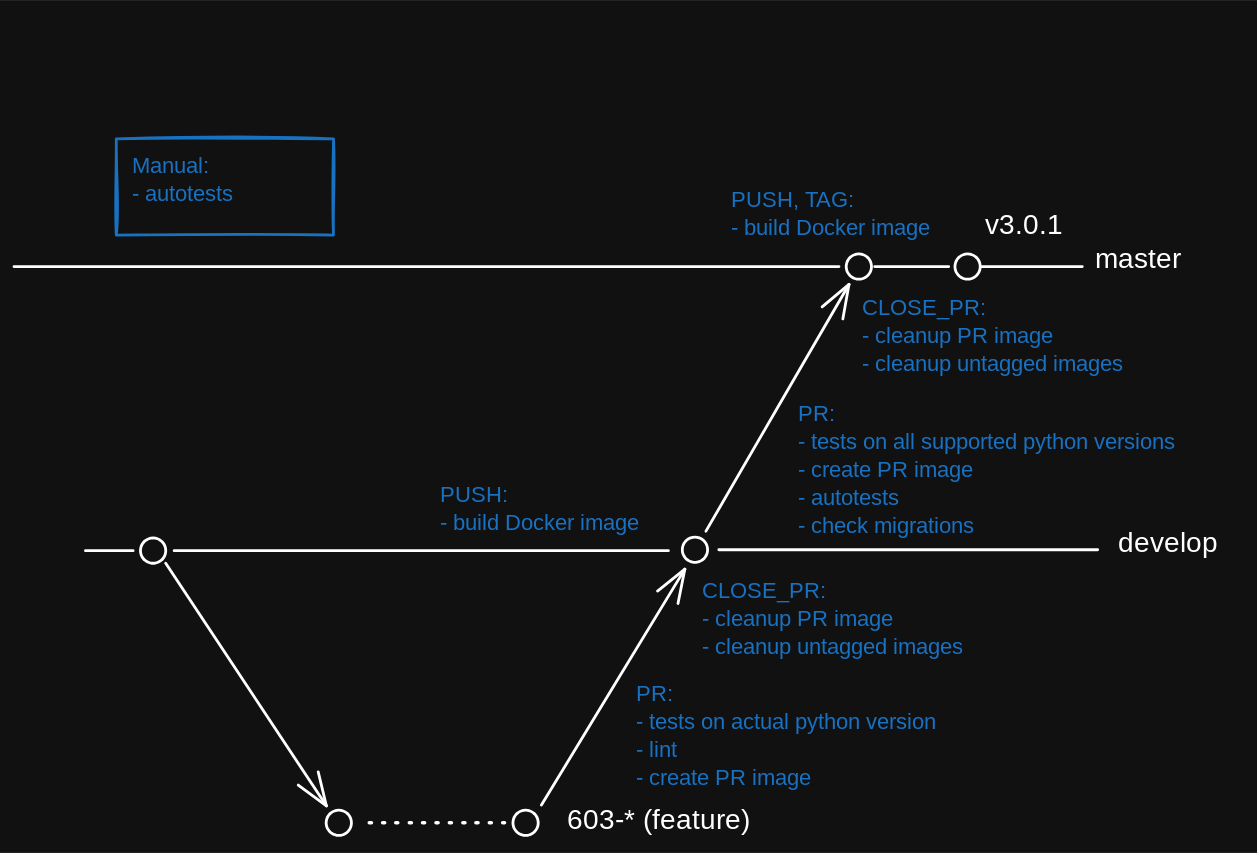
The Excalidraw diagram docs/content/development/ci.excalidraw.svg in eslupmi/impulse, before a commit. Source tidied: one line per element, renumbered; positions are measured from the earlier drawing's top-left corner, leaving out a move shared by most shapes. Its diagram source:
```json
{"id": 0, "type": "arrow", "strokeColor": "#ffffff", "strokeWidth": 2, "roughness": 0, "round": true, "from": 17, "to": 23, "x": 114, "y": 294, "width": 353, "height": 0, "points": [[0, 0], [218, 0], [353, 0]]}
{"id": 1, "type": "text", "text": "develop", "strokeColor": "#ffffff", "strokeWidth": 2, "strokeStyle": "dotted", "roughness": 0, "fontSize": 20, "fontFamily": 5, "x": 789, "y": 277, "width": 71, "height": 25}
{"id": 2, "type": "text", "text": "master", "strokeColor": "#ffffff", "strokeWidth": 2, "strokeStyle": "dotted", "roughness": 0, "fontSize": 20, "fontFamily": 5, "x": 772, "y": 75, "width": 66, "height": 25}
{"id": 3, "type": "ellipse", "strokeColor": "#ffffff", "strokeWidth": 2, "roughness": 0, "round": true, "x": 477, "y": 284, "width": 18, "height": 18}
{"id": 4, "type": "ellipse", "strokeColor": "#ffffff", "strokeWidth": 2, "roughness": 0, "round": true, "x": 594, "y": 82, "width": 18, "height": 18}
{"id": 5, "type": "arrow", "strokeColor": "#ffffff", "strokeWidth": 2, "roughness": 0, "round": true, "to": 4, "x": 0, "y": 91, "width": 589, "height": 0, "points": [[0, 0], [333, 0], [589, 0]]}
{"id": 6, "type": "arrow", "strokeColor": "#ffffff", "strokeWidth": 2, "roughness": 0, "endArrowhead": "arrow", "round": true, "from": 3, "to": 27, "x": 494, "y": 280, "width": 102, "height": 176, "points": [[0, 0], [102, -176]]}
{"id": 7, "type": "text", "text": "603-* (feature)", "strokeColor": "#ffffff", "strokeWidth": 2, "strokeStyle": "dotted", "roughness": 0, "fontSize": 20, "fontFamily": 5, "x": 395, "y": 475, "width": 155, "height": 25}
{"id": 8, "type": "ellipse", "strokeColor": "#ffffff", "strokeWidth": 2, "roughness": 0, "round": true, "x": 223, "y": 479, "width": 18, "height": 18}
{"id": 9, "type": "arrow", "strokeColor": "#ffffff", "strokeWidth": 2, "roughness": 0, "endArrowhead": "arrow", "round": true, "to": 8, "x": 108, "y": 303, "width": 115, "height": 173, "points": [[0, 0], [115, 173]]}
{"id": 10, "type": "ellipse", "strokeColor": "#ffffff", "strokeWidth": 2, "roughness": 0, "round": true, "x": 356, "y": 479, "width": 18, "height": 18}
{"id": 11, "type": "arrow", "strokeColor": "#ffffff", "strokeWidth": 2, "roughness": 0, "endArrowhead": "arrow", "round": true, "from": 10, "x": 377, "y": 476, "width": 102, "height": 168, "points": [[0, 0], [102, -168]]}
{"id": 12, "type": "arrow", "strokeColor": "#ffffff", "strokeWidth": 2, "strokeStyle": "dotted", "roughness": 0, "round": true, "from": 10, "to": 8, "x": 350, "y": 488, "width": 103, "height": 0, "points": [[0, 0], [-103, 0]]}
{"id": 13, "type": "text", "text": "PR:\n- tests on all supported python versions\n- create PR image\n- autotests\n- check migrations", "strokeColor": "#1971c2", "strokeWidth": 2, "roughness": 0, "fontSize": 16, "fontFamily": 5, "x": 560, "y": 187, "width": 317, "height": 100}
{"id": 14, "type": "ellipse", "strokeColor": "#ffffff", "strokeWidth": 2, "roughness": 0, "round": true, "x": 672, "y": 82, "width": 18, "height": 18}
{"id": 15, "type": "text", "text": "v3.0.1", "strokeColor": "#ffffff", "strokeWidth": 2, "roughness": 0, "fontSize": 20, "fontFamily": 5, "x": 693, "y": 50, "width": 55, "height": 25}
{"id": 16, "type": "text", "text": "PR:\n- tests on actual python version\n- lint\n- create PR image", "strokeColor": "#1971c2", "strokeWidth": 2, "roughness": 0, "fontSize": 16, "fontFamily": 5, "x": 444, "y": 387, "width": 255, "height": 80}
{"id": 17, "type": "ellipse", "strokeColor": "#ffffff", "strokeWidth": 2, "roughness": 0, "round": true, "x": 90, "y": 285, "width": 18, "height": 18}
{"id": 18, "type": "line", "strokeColor": "#ffffff", "strokeWidth": 2, "roughness": 0, "round": true, "x": 85, "y": 294, "width": 34, "height": 0, "points": [[0, 0], [-34, 0]]}
{"id": 19, "type": "line", "strokeColor": "#ffffff", "strokeWidth": 2, "roughness": 0, "round": true, "x": 667, "y": 91, "width": 53, "height": 0, "points": [[0, 0], [-53, 0]]}
{"id": 20, "type": "line", "strokeColor": "#ffffff", "strokeWidth": 2, "roughness": 0, "round": true, "x": 763, "y": 91, "width": 73, "height": 0, "points": [[0, 0], [-73, 0]]}
{"id": 21, "type": "line", "strokeColor": "#ffffff", "strokeWidth": 2, "roughness": 0, "round": true, "x": 774, "y": 293, "width": 270, "height": 0, "points": [[0, 0], [-270, 0]]}
{"id": 22, "type": "text", "text": "PUSH, TAG:\n- build Docker image", "strokeColor": "#1971c2", "strokeWidth": 2, "roughness": 0, "fontSize": 16, "fontFamily": 5, "x": 512, "y": 35, "width": 156, "height": 40}
{"id": 23, "type": "text", "text": "PUSH:\n- build Docker image", "strokeColor": "#1971c2", "strokeWidth": 2, "roughness": 0, "fontSize": 16, "fontFamily": 5, "x": 304, "y": 246, "width": 156, "height": 40}
{"id": 24, "type": "text", "text": "Manual:\n- autotests", "strokeColor": "#1971c2", "strokeWidth": 2, "roughness": 1, "fontSize": 16, "fontFamily": 5, "x": 84, "y": 11, "width": 93, "height": 40}
{"id": 25, "type": "rectangle", "strokeColor": "#1971c2", "strokeWidth": 2, "roughness": 1, "x": 73, "y": 0, "width": 155, "height": 69}
{"id": 26, "type": "text", "text": "CLOSE_PR:\n- cleanup PR image\n- cleanup untagged images", "strokeColor": "#1971c2", "strokeWidth": 2, "roughness": 1, "fontSize": 16, "fontFamily": 5, "x": 492, "y": 314, "width": 202, "height": 60}
{"id": 27, "type": "text", "text": "CLOSE_PR:\n- cleanup PR image\n- cleanup untagged images", "strokeColor": "#1971c2", "strokeWidth": 2, "roughness": 1, "fontSize": 16, "fontFamily": 5, "x": 605, "y": 112, "width": 202, "height": 60}
```
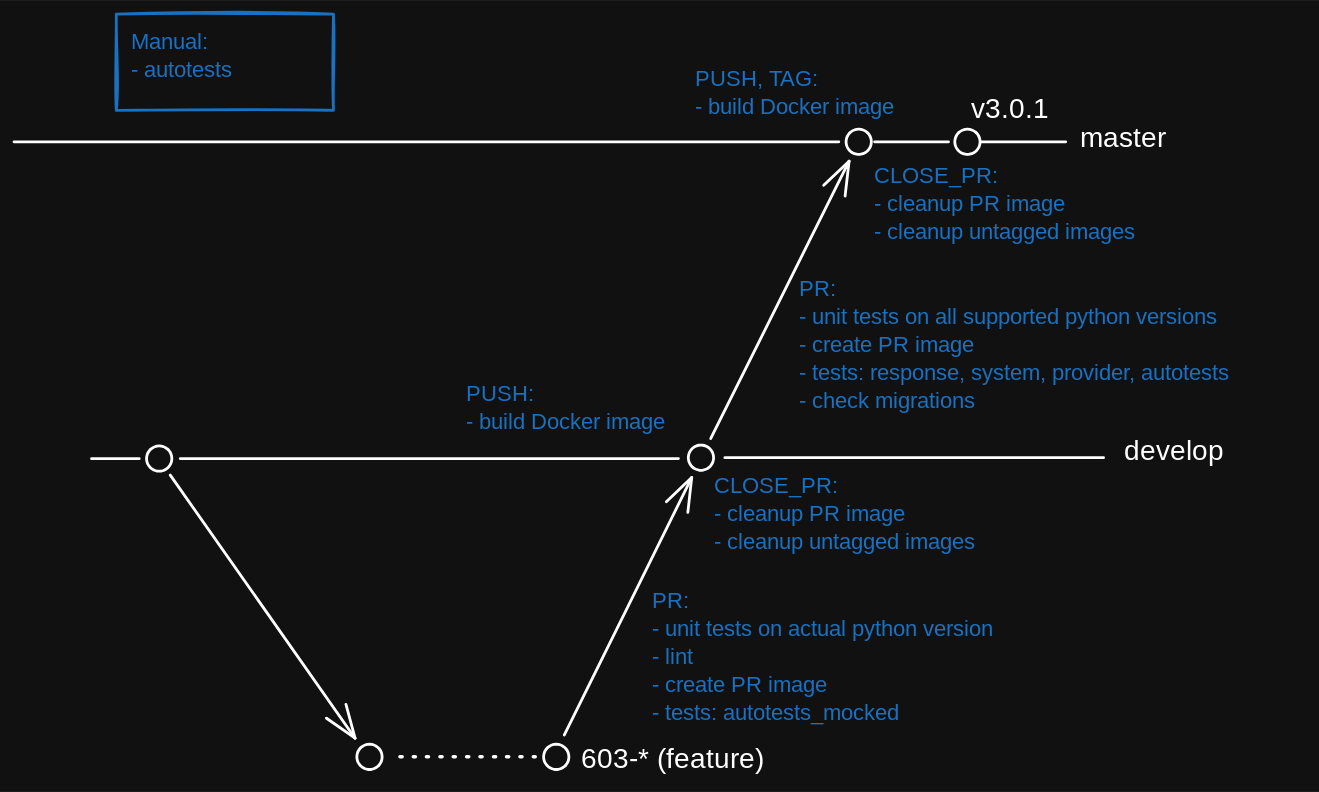
The same diagram one commit later.

What changed in the source:
```diff
@@ -1,28 +1,28 @@
-{"id": 0, "type": "arrow", "strokeColor": "#ffffff", "strokeWidth": 2, "roughness": 0, "round": true, "from": 17, "to": 23, "x": 114, "y": 294, "width": 353, "height": 0, "points": [[0, 0], [218, 0], [353, 0]]}
+{"id": 0, "type": "arrow", "strokeColor": "#ffffff", "strokeWidth": 2, "roughness": 0, "round": true, "from": 17, "to": 3, "x": 119, "y": 317, "width": 356, "height": 0, "points": [[0, 0], [218, 0], [356, 0]]}
-{"id": 1, "type": "text", "text": "develop", "strokeColor": "#ffffff", "strokeWidth": 2, "strokeStyle": "dotted", "roughness": 0, "fontSize": 20, "fontFamily": 5, "x": 789, "y": 277, "width": 71, "height": 25}
+{"id": 1, "type": "text", "text": "develop", "strokeColor": "#ffffff", "strokeWidth": 2, "strokeStyle": "dotted", "roughness": 0, "fontSize": 20, "fontFamily": 5, "x": 793, "y": 301, "width": 71, "height": 25}
-{"id": 2, "type": "text", "text": "master", "strokeColor": "#ffffff", "strokeWidth": 2, "strokeStyle": "dotted", "roughness": 0, "fontSize": 20, "fontFamily": 5, "x": 772, "y": 75, "width": 66, "height": 25}
+{"id": 2, "type": "text", "text": "master", "strokeColor": "#ffffff", "strokeWidth": 2, "strokeStyle": "dotted", "roughness": 0, "fontSize": 20, "fontFamily": 5, "x": 762, "y": 78, "width": 66, "height": 25}
-{"id": 3, "type": "ellipse", "strokeColor": "#ffffff", "strokeWidth": 2, "roughness": 0, "round": true, "x": 477, "y": 284, "width": 18, "height": 18}
+{"id": 3, "type": "ellipse", "strokeColor": "#ffffff", "strokeWidth": 2, "roughness": 0, "round": true, "x": 482, "y": 308, "width": 18, "height": 18}
 {"id": 4, "type": "ellipse", "strokeColor": "#ffffff", "strokeWidth": 2, "roughness": 0, "round": true, "x": 594, "y": 82, "width": 18, "height": 18}
 {"id": 5, "type": "arrow", "strokeColor": "#ffffff", "strokeWidth": 2, "roughness": 0, "round": true, "to": 4, "x": 0, "y": 91, "width": 589, "height": 0, "points": [[0, 0], [333, 0], [589, 0]]}
-{"id": 6, "type": "arrow", "strokeColor": "#ffffff", "strokeWidth": 2, "roughness": 0, "endArrowhead": "arrow", "round": true, "from": 3, "to": 27, "x": 494, "y": 280, "width": 102, "height": 176, "points": [[0, 0], [102, -176]]}
+{"id": 6, "type": "arrow", "strokeColor": "#ffffff", "strokeWidth": 2, "roughness": 0, "endArrowhead": "arrow", "round": true, "from": 3, "to": 4, "x": 498, "y": 303, "width": 99, "height": 198, "points": [[0, 0], [99, -198]]}
-{"id": 7, "type": "text", "text": "603-* (feature)", "strokeColor": "#ffffff", "strokeWidth": 2, "strokeStyle": "dotted", "roughness": 0, "fontSize": 20, "fontFamily": 5, "x": 395, "y": 475, "width": 155, "height": 25}
+{"id": 7, "type": "text", "text": "603-* (feature)", "strokeColor": "#ffffff", "strokeWidth": 2, "strokeStyle": "dotted", "roughness": 0, "fontSize": 20, "fontFamily": 5, "x": 405, "y": 521, "width": 155, "height": 25}
-{"id": 8, "type": "ellipse", "strokeColor": "#ffffff", "strokeWidth": 2, "roughness": 0, "round": true, "x": 223, "y": 479, "width": 18, "height": 18}
+{"id": 8, "type": "ellipse", "strokeColor": "#ffffff", "strokeWidth": 2, "roughness": 0, "round": true, "x": 245, "y": 521, "width": 18, "height": 18}
-{"id": 9, "type": "arrow", "strokeColor": "#ffffff", "strokeWidth": 2, "roughness": 0, "endArrowhead": "arrow", "round": true, "to": 8, "x": 108, "y": 303, "width": 115, "height": 173, "points": [[0, 0], [115, 173]]}
+{"id": 9, "type": "arrow", "strokeColor": "#ffffff", "strokeWidth": 2, "roughness": 0, "endArrowhead": "arrow", "round": true, "from": 17, "to": 8, "x": 112, "y": 329, "width": 132, "height": 188, "points": [[0, 0], [132, 188]]}
-{"id": 10, "type": "ellipse", "strokeColor": "#ffffff", "strokeWidth": 2, "roughness": 0, "round": true, "x": 356, "y": 479, "width": 18, "height": 18}
+{"id": 10, "type": "ellipse", "strokeColor": "#ffffff", "strokeWidth": 2, "roughness": 0, "round": true, "x": 378, "y": 521, "width": 18, "height": 18}
-{"id": 11, "type": "arrow", "strokeColor": "#ffffff", "strokeWidth": 2, "roughness": 0, "endArrowhead": "arrow", "round": true, "from": 10, "x": 377, "y": 476, "width": 102, "height": 168, "points": [[0, 0], [102, -168]]}
+{"id": 11, "type": "arrow", "strokeColor": "#ffffff", "strokeWidth": 2, "roughness": 0, "endArrowhead": "arrow", "round": true, "from": 10, "to": 3, "x": 393, "y": 515, "width": 91, "height": 184, "points": [[0, 0], [91, -184]]}
-{"id": 12, "type": "arrow", "strokeColor": "#ffffff", "strokeWidth": 2, "strokeStyle": "dotted", "roughness": 0, "round": true, "from": 10, "to": 8, "x": 350, "y": 488, "width": 103, "height": 0, "points": [[0, 0], [-103, 0]]}
+{"id": 12, "type": "arrow", "strokeColor": "#ffffff", "strokeWidth": 2, "strokeStyle": "dotted", "roughness": 0, "round": true, "from": 10, "to": 8, "x": 372, "y": 530, "width": 103, "height": 0, "points": [[0, 0], [-103, 0]]}
-{"id": 13, "type": "text", "text": "PR:\n- tests on all supported python versions\n- create PR image\n- autotests\n- check migrations", "strokeColor": "#1971c2", "strokeWidth": 2, "roughness": 0, "fontSize": 16, "fontFamily": 5, "x": 560, "y": 187, "width": 317, "height": 100}
+{"id": 13, "type": "text", "text": "PR:\n- unit tests on all supported python versions\n- create PR image\n- tests: response, system, provider, autotests\n- check migrations", "strokeColor": "#1971c2", "strokeWidth": 2, "roughness": 0, "fontSize": 16, "fontFamily": 5, "x": 561, "y": 187, "width": 361, "height": 100}
 {"id": 14, "type": "ellipse", "strokeColor": "#ffffff", "strokeWidth": 2, "roughness": 0, "round": true, "x": 672, "y": 82, "width": 18, "height": 18}
-{"id": 15, "type": "text", "text": "v3.0.1", "strokeColor": "#ffffff", "strokeWidth": 2, "roughness": 0, "fontSize": 20, "fontFamily": 5, "x": 693, "y": 50, "width": 55, "height": 25}
+{"id": 15, "type": "text", "text": "v3.0.1", "strokeColor": "#ffffff", "strokeWidth": 2, "roughness": 0, "fontSize": 20, "fontFamily": 5, "x": 684, "y": 57, "width": 55, "height": 25}
-{"id": 16, "type": "text", "text": "PR:\n- tests on actual python version\n- lint\n- create PR image", "strokeColor": "#1971c2", "strokeWidth": 2, "roughness": 0, "fontSize": 16, "fontFamily": 5, "x": 444, "y": 387, "width": 255, "height": 80}
+{"id": 16, "type": "text", "text": "PR:\n- unit tests on actual python version\n- lint\n- create PR image\n- tests: autotests_mocked", "strokeColor": "#1971c2", "strokeWidth": 2, "roughness": 0, "fontSize": 16, "fontFamily": 5, "x": 456, "y": 410, "width": 292, "height": 100}
-{"id": 17, "type": "ellipse", "strokeColor": "#ffffff", "strokeWidth": 2, "roughness": 0, "round": true, "x": 90, "y": 285, "width": 18, "height": 18}
+{"id": 17, "type": "ellipse", "strokeColor": "#ffffff", "strokeWidth": 2, "roughness": 0, "round": true, "x": 95, "y": 308, "width": 18, "height": 18}
-{"id": 18, "type": "line", "strokeColor": "#ffffff", "strokeWidth": 2, "roughness": 0, "round": true, "x": 85, "y": 294, "width": 34, "height": 0, "points": [[0, 0], [-34, 0]]}
+{"id": 18, "type": "line", "strokeColor": "#ffffff", "strokeWidth": 2, "roughness": 0, "round": true, "x": 89, "y": 317, "width": 34, "height": 0, "points": [[0, 0], [-34, 0]]}
 {"id": 19, "type": "line", "strokeColor": "#ffffff", "strokeWidth": 2, "roughness": 0, "round": true, "x": 667, "y": 91, "width": 53, "height": 0, "points": [[0, 0], [-53, 0]]}
-{"id": 20, "type": "line", "strokeColor": "#ffffff", "strokeWidth": 2, "roughness": 0, "round": true, "x": 763, "y": 91, "width": 73, "height": 0, "points": [[0, 0], [-73, 0]]}
+{"id": 20, "type": "line", "strokeColor": "#ffffff", "strokeWidth": 2, "roughness": 0, "round": true, "x": 751, "y": 91, "width": 61, "height": 0, "points": [[0, 0], [-61, 0]]}
-{"id": 21, "type": "line", "strokeColor": "#ffffff", "strokeWidth": 2, "roughness": 0, "round": true, "x": 774, "y": 293, "width": 270, "height": 0, "points": [[0, 0], [-270, 0]]}
+{"id": 21, "type": "line", "strokeColor": "#ffffff", "strokeWidth": 2, "roughness": 0, "round": true, "x": 778, "y": 317, "width": 270, "height": 0, "points": [[0, 0], [-270, 0]]}
-{"id": 22, "type": "text", "text": "PUSH, TAG:\n- build Docker image", "strokeColor": "#1971c2", "strokeWidth": 2, "roughness": 0, "fontSize": 16, "fontFamily": 5, "x": 512, "y": 35, "width": 156, "height": 40}
+{"id": 22, "type": "text", "text": "PUSH, TAG:\n- build Docker image", "strokeColor": "#1971c2", "strokeWidth": 2, "roughness": 0, "fontSize": 16, "fontFamily": 5, "x": 487, "y": 38, "width": 156, "height": 40}
-{"id": 23, "type": "text", "text": "PUSH:\n- build Docker image", "strokeColor": "#1971c2", "strokeWidth": 2, "roughness": 0, "fontSize": 16, "fontFamily": 5, "x": 304, "y": 246, "width": 156, "height": 40}
+{"id": 23, "type": "text", "text": "PUSH:\n- build Docker image", "strokeColor": "#1971c2", "strokeWidth": 2, "roughness": 0, "fontSize": 16, "fontFamily": 5, "x": 323, "y": 262, "width": 156, "height": 40}
 {"id": 24, "type": "text", "text": "Manual:\n- autotests", "strokeColor": "#1971c2", "strokeWidth": 2, "roughness": 1, "fontSize": 16, "fontFamily": 5, "x": 84, "y": 11, "width": 93, "height": 40}
 {"id": 25, "type": "rectangle", "strokeColor": "#1971c2", "strokeWidth": 2, "roughness": 1, "x": 73, "y": 0, "width": 155, "height": 69}
-{"id": 26, "type": "text", "text": "CLOSE_PR:\n- cleanup PR image\n- cleanup untagged images", "strokeColor": "#1971c2", "strokeWidth": 2, "roughness": 1, "fontSize": 16, "fontFamily": 5, "x": 492, "y": 314, "width": 202, "height": 60}
+{"id": 26, "type": "text", "text": "CLOSE_PR:\n- cleanup PR image\n- cleanup untagged images", "strokeColor": "#1971c2", "strokeWidth": 2, "roughness": 1, "fontSize": 16, "fontFamily": 5, "x": 500, "y": 328, "width": 202, "height": 60}
-{"id": 27, "type": "text", "text": "CLOSE_PR:\n- cleanup PR image\n- cleanup untagged images", "strokeColor": "#1971c2", "strokeWidth": 2, "roughness": 1, "fontSize": 16, "fontFamily": 5, "x": 605, "y": 112, "width": 202, "height": 60}
+{"id": 27, "type": "text", "text": "CLOSE_PR:\n- cleanup PR image\n- cleanup untagged images", "strokeColor": "#1971c2", "strokeWidth": 2, "roughness": 1, "fontSize": 16, "fontFamily": 5, "x": 614, "y": 106, "width": 202, "height": 60}
```
